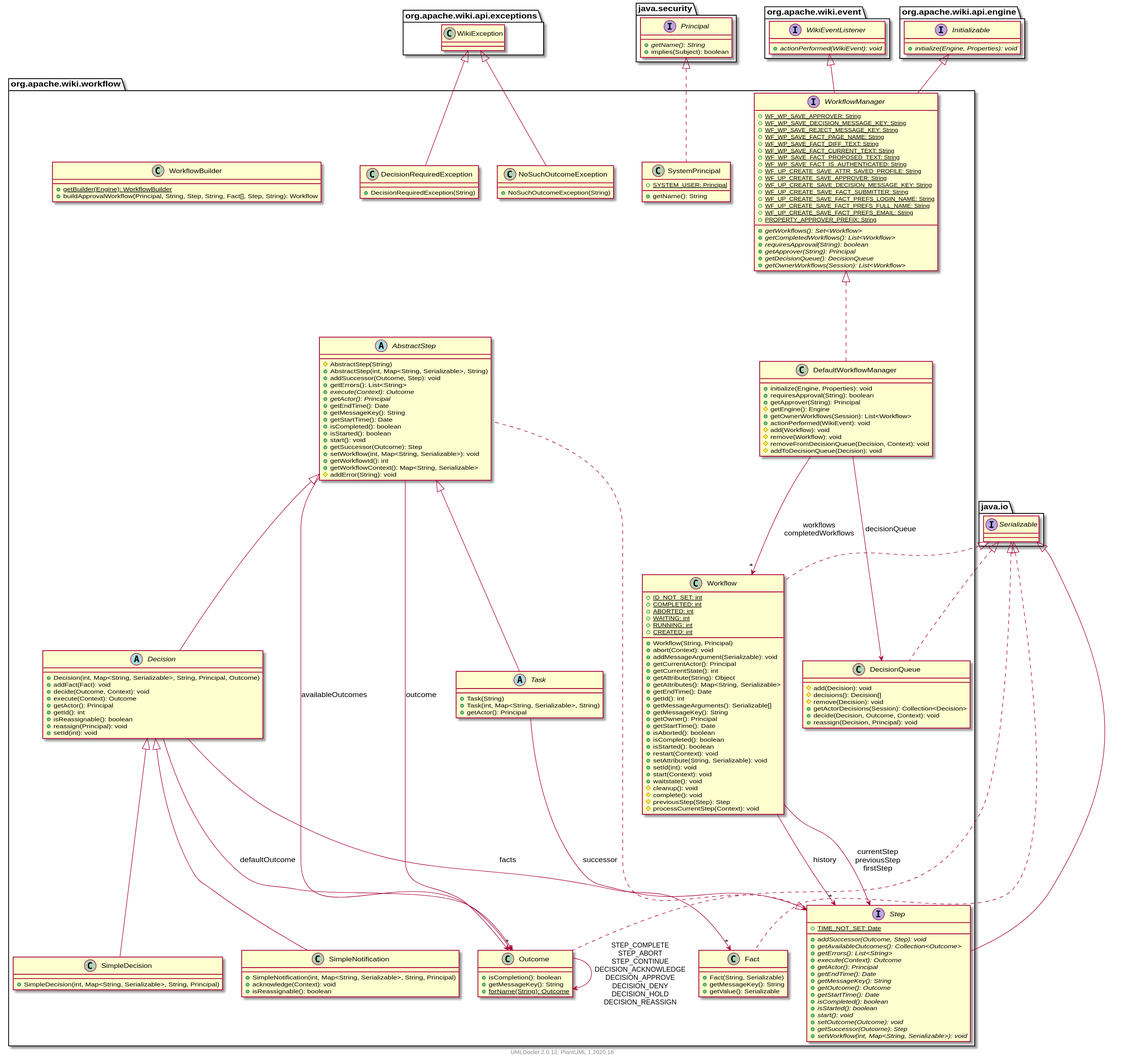
Above: apidocs/2.11.0-SNAPSHOT/org/apache/wiki/workflow/package.svg in apache/jspwiki-site (PlantUML), before the change.
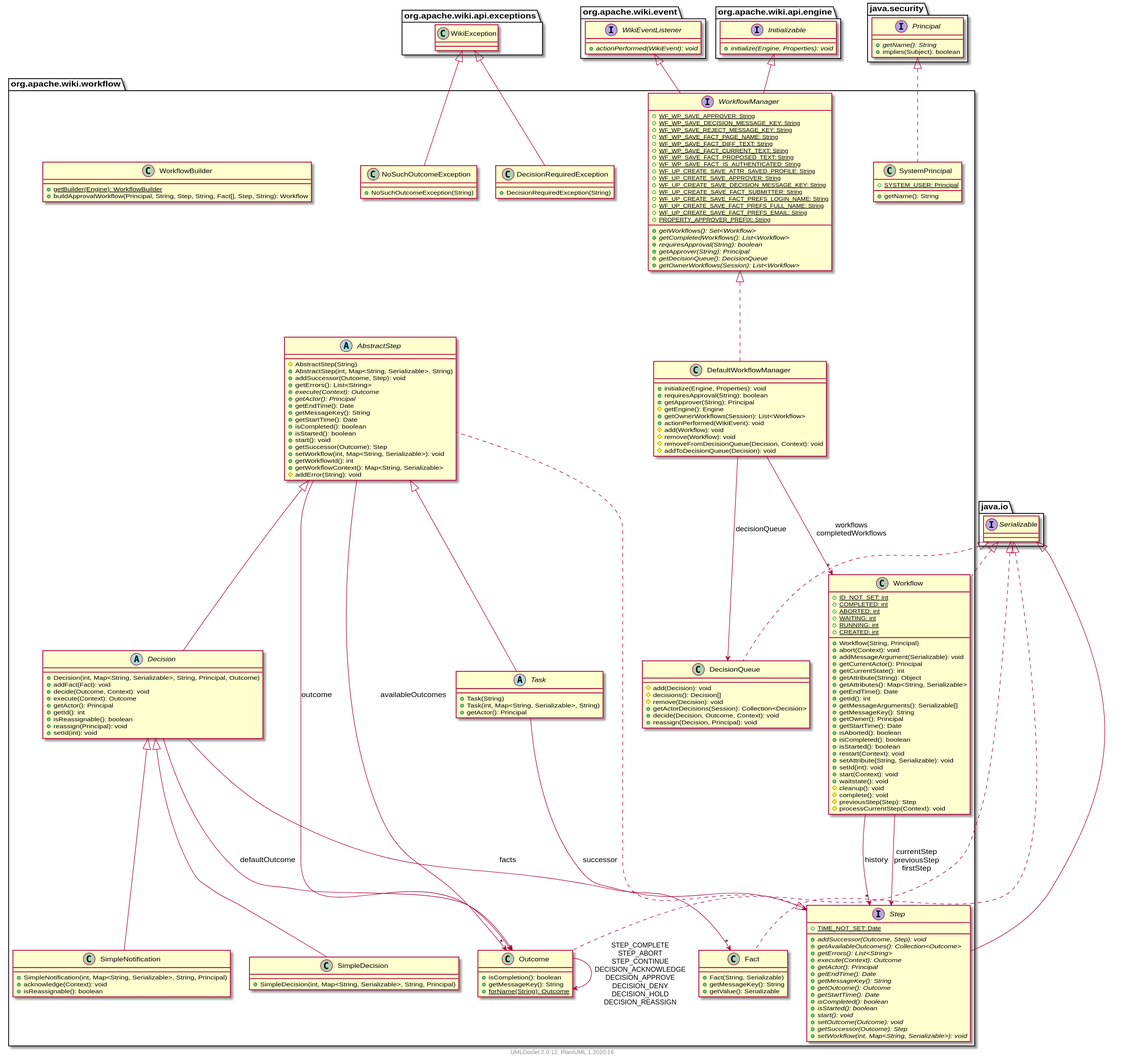
After the commit.

The edit, as a diff of the source:
```diff
@@ -1,5 +1,19 @@
 @startuml
     namespace org.apache.wiki.workflow {
+
+        class SimpleDecision [[SimpleDecision.html]] {
+            +SimpleDecision(int, Map<String, Serializable>, String, Principal)
+        }
+
+        class NoSuchOutcomeException [[NoSuchOutcomeException.html]] {
+            +NoSuchOutcomeException(String)
+        }
+
+        abstract class Task [[Task.html]] {
+            +Task(String)
+            +Task(int, Map<String, Serializable>, String)
+            +getActor(): Principal
+        }
 
         abstract class AbstractStep [[AbstractStep.html]] {
             #AbstractStep(String)
@@ -21,31 +35,17 @@
             #addError(String): void
         }
 
-        class SimpleDecision [[SimpleDecision.html]] {
-            +SimpleDecision(int, Map<String, Serializable>, String, Principal)
+        class DecisionQueue [[DecisionQueue.html]] {
+            #add(Decision): void
+            #decisions(): Decision[]
+            #remove(Decision): void
+            +getActorDecisions(Session): Collection<Decision>
+            +decide(Decision, Outcome, Context): void
+            +reassign(Decision, Principal): void
         }
 
         class DecisionRequiredException [[DecisionRequiredException.html]] {
             +DecisionRequiredException(String)
-        }
-
-        interface Step [[Step.html]] {
-            {static} +TIME_NOT_SET: Date
-            {abstract} +addSuccessor(Outcome, Step): void
-            {abstract} +getAvailableOutcomes(): Collection<Outcome>
-            {abstract} +getErrors(): List<String>
-            {abstract} +execute(Context): Outcome
-            {abstract} +getActor(): Principal
-            {abstract} +getEndTime(): Date
-            {abstract} +getMessageKey(): String
-            {abstract} +getOutcome(): Outcome
-            {abstract} +getStartTime(): Date
-            {abstract} +isCompleted(): boolean
-            {abstract} +isStarted(): boolean
-            {abstract} +start(): void
-            {abstract} +setOutcome(Outcome): void
-            {abstract} +getSuccessor(Outcome): Step
-            {abstract} +setWorkflow(int, Map<String, Serializable>): void
         }
 
         class DefaultWorkflowManager [[DefaultWorkflowManager.html]] {
@@ -59,64 +59,6 @@
             #remove(Workflow): void
             #removeFromDecisionQueue(Decision, Context): void
             #addToDecisionQueue(Decision): void
-        }
-
-        class NoSuchOutcomeException [[NoSuchOutcomeException.html]] {
-            +NoSuchOutcomeException(String)
-        }
-
-        class SystemPrincipal [[SystemPrincipal.html]] {
-            {static} +SYSTEM_USER: Principal
-            +getName(): String
-        }
-
-        class SimpleNotification [[SimpleNotification.html]] {
-            +SimpleNotification(int, Map<String, Serializable>, String, Principal)
-            +acknowledge(Context): void
-            +isReassignable(): boolean
-        }
-
-        class Outcome [[Outcome.html]] {
-            +isCompletion(): boolean
-            +getMessageKey(): String
-            {static} +forName(String): Outcome
-        }
-
-        abstract class Decision [[Decision.html]] {
-            +Decision(int, Map<String, Serializable>, String, Principal, Outcome)
-            +addFact(Fact): void
-            +decide(Outcome, Context): void
-            +execute(Context): Outcome
-            +getActor(): Principal
-            +getId(): int
-            +isReassignable(): boolean
-            +reassign(Principal): void
-            +setId(int): void
-        }
-
-        interface WorkflowManager [[WorkflowManager.html]] {
-            {static} +WF_WP_SAVE_APPROVER: String
-            {static} +WF_WP_SAVE_DECISION_MESSAGE_KEY: String
-            {static} +WF_WP_SAVE_REJECT_MESSAGE_KEY: String
-            {static} +WF_WP_SAVE_FACT_PAGE_NAME: String
-            {static} +WF_WP_SAVE_FACT_DIFF_TEXT: String
-            {static} +WF_WP_SAVE_FACT_CURRENT_TEXT: String
-            {static} +WF_WP_SAVE_FACT_PROPOSED_TEXT: String
-            {static} +WF_WP_SAVE_FACT_IS_AUTHENTICATED: String
-            {static} +WF_UP_CREATE_SAVE_ATTR_SAVED_PROFILE: String
-            {static} +WF_UP_CREATE_SAVE_APPROVER: String
-            {static} +WF_UP_CREATE_SAVE_DECISION_MESSAGE_KEY: String
-            {static} +WF_UP_CREATE_SAVE_FACT_SUBMITTER: String
-            {static} +WF_UP_CREATE_SAVE_FACT_PREFS_LOGIN_NAME: String
-            {static} +WF_UP_CREATE_SAVE_FACT_PREFS_FULL_NAME: String
-            {static} +WF_UP_CREATE_SAVE_FACT_PREFS_EMAIL: String
-            {static} +PROPERTY_APPROVER_PREFIX: String
-            {abstract} +getWorkflows(): Set<Workflow>
-            {abstract} +getCompletedWorkflows(): List<Workflow>
-            {abstract} +requiresApproval(String): boolean
-            {abstract} +getApprover(String): Principal
-            {abstract} +getDecisionQueue(): DecisionQueue
-            {abstract} +getOwnerWorkflows(Session): List<Workflow>
         }
 
         class Workflow [[Workflow.html]] {
@@ -153,10 +95,83 @@
             #processCurrentStep(Context): void
         }
 
+        class Outcome [[Outcome.html]] {
+            +isCompletion(): boolean
+            +getMessageKey(): String
+            {static} +forName(String): Outcome
+        }
+
+        interface Step [[Step.html]] {
+            {static} +TIME_NOT_SET: Date
+            {abstract} +addSuccessor(Outcome, Step): void
+            {abstract} +getAvailableOutcomes(): Collection<Outcome>
+            {abstract} +getErrors(): List<String>
+            {abstract} +execute(Context): Outcome
+            {abstract} +getActor(): Principal
+            {abstract} +getEndTime(): Date
+            {abstract} +getMessageKey(): String
+            {abstract} +getOutcome(): Outcome
+            {abstract} +getStartTime(): Date
+            {abstract} +isCompleted(): boolean
+            {abstract} +isStarted(): boolean
+            {abstract} +start(): void
+            {abstract} +setOutcome(Outcome): void
+            {abstract} +getSuccessor(Outcome): Step
+            {abstract} +setWorkflow(int, Map<String, Serializable>): void
+        }
+
+        interface WorkflowManager [[WorkflowManager.html]] {
+            {static} +WF_WP_SAVE_APPROVER: String
+            {static} +WF_WP_SAVE_DECISION_MESSAGE_KEY: String
+            {static} +WF_WP_SAVE_REJECT_MESSAGE_KEY: String
+            {static} +WF_WP_SAVE_FACT_PAGE_NAME: String
+            {static} +WF_WP_SAVE_FACT_DIFF_TEXT: String
+            {static} +WF_WP_SAVE_FACT_CURRENT_TEXT: String
+            {static} +WF_WP_SAVE_FACT_PROPOSED_TEXT: String
+            {static} +WF_WP_SAVE_FACT_IS_AUTHENTICATED: String
+            {static} +WF_UP_CREATE_SAVE_ATTR_SAVED_PROFILE: String
+            {static} +WF_UP_CREATE_SAVE_APPROVER: String
+            {static} +WF_UP_CREATE_SAVE_DECISION_MESSAGE_KEY: String
+            {static} +WF_UP_CREATE_SAVE_FACT_SUBMITTER: String
+            {static} +WF_UP_CREATE_SAVE_FACT_PREFS_LOGIN_NAME: String
+            {static} +WF_UP_CREATE_SAVE_FACT_PREFS_FULL_NAME: String
+            {static} +WF_UP_CREATE_SAVE_FACT_PREFS_EMAIL: String
+            {static} +PROPERTY_APPROVER_PREFIX: String
+            {abstract} +getWorkflows(): Set<Workflow>
+            {abstract} +getCompletedWorkflows(): List<Workflow>
+            {abstract} +requiresApproval(String): boolean
+            {abstract} +getApprover(String): Principal
+            {abstract} +getDecisionQueue(): DecisionQueue
+            {abstract} +getOwnerWorkflows(Session): List<Workflow>
+        }
+
+        class SimpleNotification [[SimpleNotification.html]] {
+            +SimpleNotification(int, Map<String, Serializable>, String, Principal)
+            +acknowledge(Context): void
+            +isReassignable(): boolean
+        }
+
+        class SystemPrincipal [[SystemPrincipal.html]] {
+            {static} +SYSTEM_USER: Principal
+            +getName(): String
+        }
+
         class Fact [[Fact.html]] {
             +Fact(String, Serializable)
             +getMessageKey(): String
             +getValue(): Serializable
+        }
+
+        abstract class Decision [[Decision.html]] {
+            +Decision(int, Map<String, Serializable>, String, Principal, Outcome)
+            +addFact(Fact): void
+            +decide(Outcome, Context): void
+            +execute(Context): Outcome
+            +getActor(): Principal
+            +getId(): int
+            +isReassignable(): boolean
+            +reassign(Principal): void
+            +setId(int): void
         }
 
         class WorkflowBuilder [[WorkflowBuilder.html]] {
@@ -164,47 +179,32 @@
             +buildApprovalWorkflow(Principal, String, Step, String, Fact[], Step, String): Workflow
         }
 
-        class DecisionQueue [[DecisionQueue.html]] {
-            #add(Decision): void
-            #decisions(): Decision[]
-            #remove(Decision): void
-            +getActorDecisions(Session): Collection<Decision>
-            +decide(Decision, Outcome, Context): void
-            +reassign(Decision, Principal): void
-        }
-
-        abstract class Task [[Task.html]] {
-            +Task(String)
-            +Task(int, Map<String, Serializable>, String)
-            +getActor(): Principal
-        }
-
+        Decision <|-- SimpleDecision
+        org.apache.wiki.api.exceptions.WikiException <|-- NoSuchOutcomeException
+        AbstractStep <|-- Task
+        Task --> Step: successor
         Step <|.. AbstractStep
         AbstractStep --> "*" Outcome: availableOutcomes
         AbstractStep --> Outcome: outcome
-        Decision <|-- SimpleDecision
+        java.io.Serializable <|.. DecisionQueue
         org.apache.wiki.api.exceptions.WikiException <|-- DecisionRequiredException
-        java.io.Serializable <|-- Step
         WorkflowManager <|.. DefaultWorkflowManager
         DefaultWorkflowManager --> "*" Workflow: workflows\ncompletedWorkflows
         DefaultWorkflowManager --> DecisionQueue: decisionQueue
-        org.apache.wiki.api.exceptions.WikiException <|-- NoSuchOutcomeException
-        java.security.Principal <|.. SystemPrincipal
-        Decision <|-- SimpleNotification
+        java.io.Serializable <|.. Workflow
+        Workflow --> "*" Step: history
+        Workflow --> Step: currentStep\npreviousStep\nfirstStep
         java.io.Serializable <|.. Outcome
         Outcome --> Outcome: STEP_COMPLETE\nSTEP_ABORT\nSTEP_CONTINUE\nDECISION_ACKNOWLEDGE\nDECISION_APPROVE\nDECISION_DENY\nDECISION_HOLD\nDECISION_REASSIGN
+        java.io.Serializable <|-- Step
+        org.apache.wiki.event.WikiEventListener <|-- WorkflowManager
+        org.apache.wiki.api.engine.Initializable <|-- WorkflowManager
+        Decision <|-- SimpleNotification
+        java.security.Principal <|.. SystemPrincipal
+        java.io.Serializable <|.. Fact
         AbstractStep <|-- Decision
         Decision --> Outcome: defaultOutcome
         Decision --> "*" Fact: facts
-        org.apache.wiki.event.WikiEventListener <|-- WorkflowManager
-        org.apache.wiki.api.engine.Initializable <|-- WorkflowManager
-        java.io.Serializable <|.. Workflow
-        Workflow --> "*" Step: history
-        Workflow --> Step: currentStep\npreviousStep\nfirstStep
-        java.io.Serializable <|.. Fact
-        java.io.Serializable <|.. DecisionQueue
-        AbstractStep <|-- Task
-        Task --> Step: successor
     }
 
     namespace org.apache.wiki.api.exceptions {
@@ -214,13 +214,6 @@
 
     namespace java.io {
         interface Serializable
-    }
-
-    namespace java.security {
-        interface Principal {
-            {abstract} +getName(): String
-            +implies(Subject): boolean
-        }
     }
 
     namespace org.apache.wiki.event {
@@ -235,5 +228,12 @@
         }
     }
 
+    namespace java.security {
+        interface Principal {
+            {abstract} +getName(): String
+            +implies(Subject): boolean
+        }
+    }
+
     center footer UMLDoclet 2.0.12, PlantUML 1.2020.16
 @enduml
```
